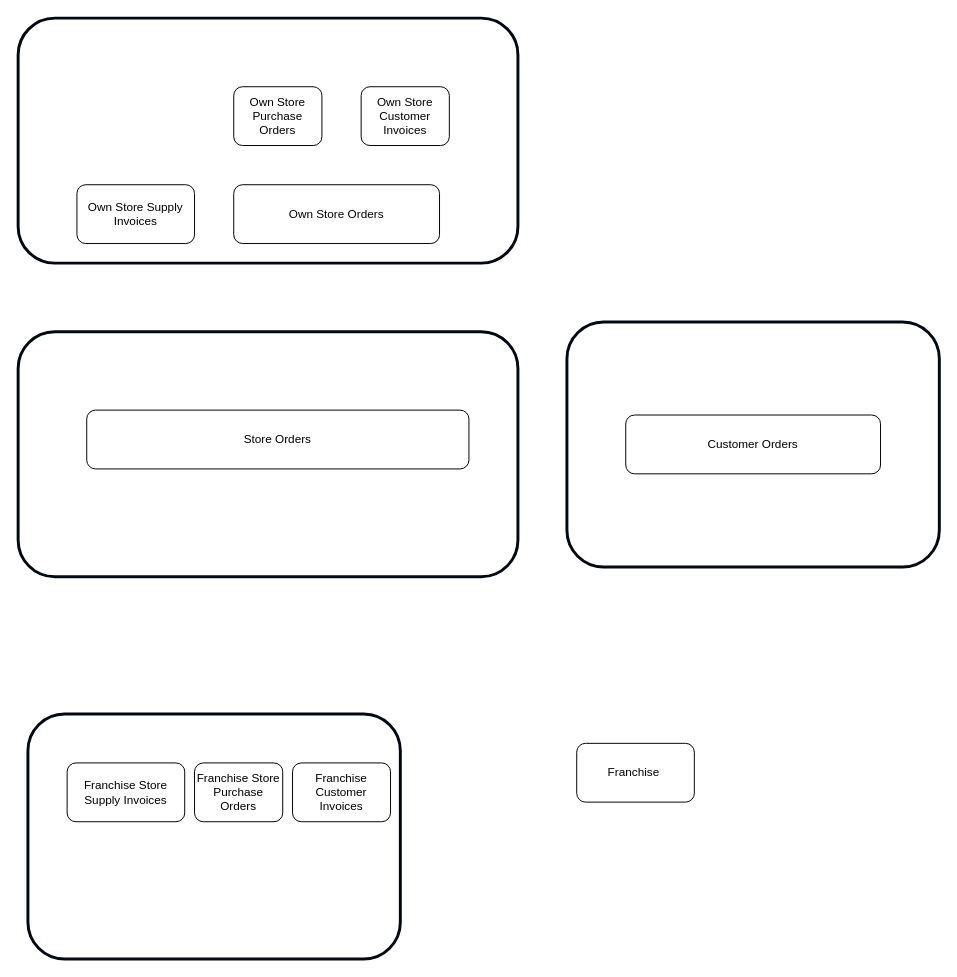
Earlier version of the draw.io diagram page "Third Party Supply" (2 of 4) of Franchise.drawio (mrf742002/Diagrams). Source tidied: cells renumbered, new cells numbered last; positions are measured from the earlier drawing's top-left corner, leaving out a move shared by most shapes. Both pictures are drawn from the tidied source at 98%, with x=0, y=0 at pixel (18, 18).
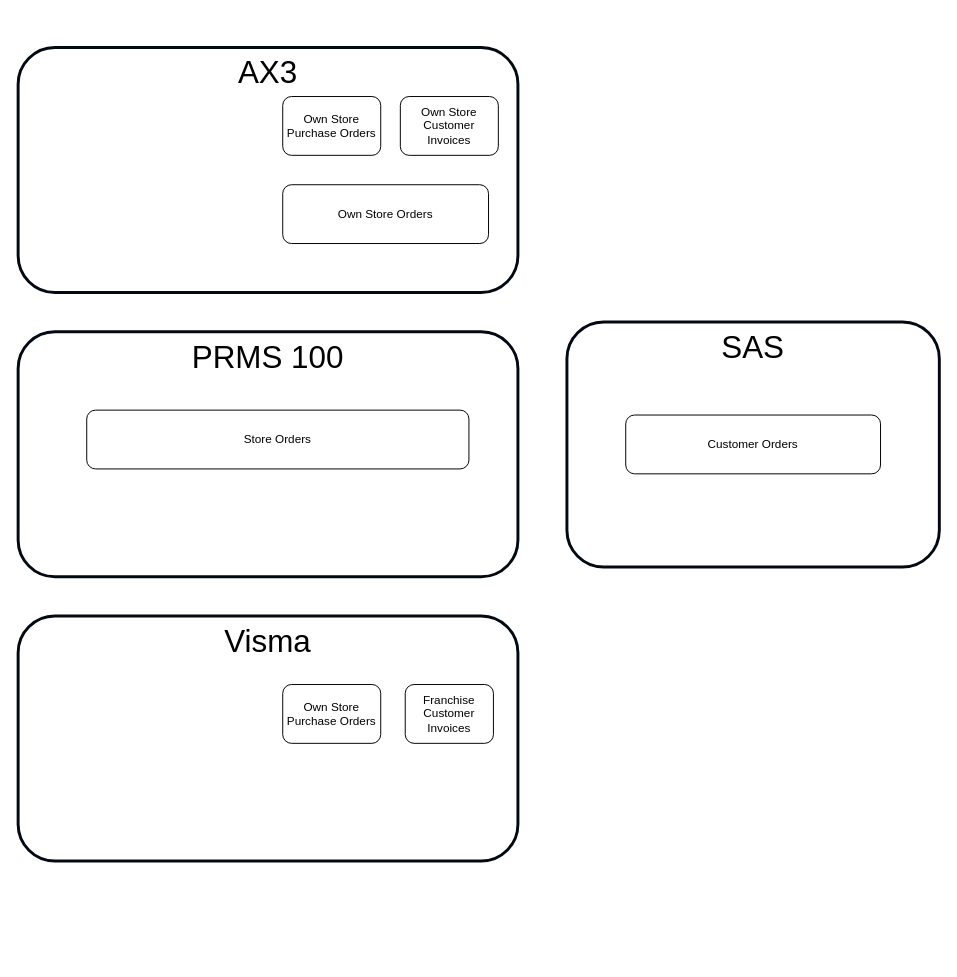
The same page after the edit.

What changed in the source:
```diff
@@
 <mxGraphModel>
   <root>
-    <mxCell id="0" />
-    <mxCell id="1" parent="0" />
-    <mxCell id="2" style="rounded=1;whiteSpace=wrap;html=1;verticalAlign=top;strokeWidth=3;strokeColor=#020912;" parent="1" vertex="1">
-      <mxGeometry width="510" height="250" as="geometry" />
-    </mxCell>
-    <mxCell id="3" style="rounded=1;whiteSpace=wrap;html=1;verticalAlign=top;strokeWidth=3;strokeColor=#020912;" parent="1" vertex="1">
-      <mxGeometry y="320" width="510" height="250" as="geometry" />
-    </mxCell>
-    <mxCell id="4" style="rounded=1;whiteSpace=wrap;html=1;verticalAlign=top;strokeWidth=3;strokeColor=#020912;" parent="1" vertex="1">
-      <mxGeometry x="560" y="310" width="380" height="250" as="geometry" />
-    </mxCell>
-    <mxCell id="5" style="rounded=1;whiteSpace=wrap;html=1;verticalAlign=top;strokeWidth=3;strokeColor=#020912;" parent="1" vertex="1">
-      <mxGeometry x="10" y="710" width="380" height="250" as="geometry" />
-    </mxCell>
-    <mxCell id="6" value="Own Store Supply Invoices" style="rounded=1;whiteSpace=wrap;html=1;" parent="1" vertex="1">
-      <mxGeometry x="60" y="170" width="120" height="60" as="geometry" />
-    </mxCell>
-    <mxCell id="7" value="Franchise Store Supply Invoices" style="rounded=1;whiteSpace=wrap;html=1;" parent="1" vertex="1">
-      <mxGeometry x="50" y="760" width="120" height="60" as="geometry" />
-    </mxCell>
+    <mxCell id="16" />
+    <mxCell id="17" parent="16" />
+    <mxCell id="18" value="Visma" style="rounded=1;whiteSpace=wrap;html=1;verticalAlign=top;strokeWidth=3;strokeColor=#020912;fontSize=32;" parent="17" vertex="1">
+      <mxGeometry y="610" width="510" height="250" as="geometry" />
+    </mxCell>
+    <mxCell id="19" value="AX3" style="rounded=1;whiteSpace=wrap;html=1;verticalAlign=top;strokeWidth=3;strokeColor=#020912;fontSize=32;" parent="17" vertex="1">
+      <mxGeometry y="30" width="510" height="250" as="geometry" />
+    </mxCell>
+    <mxCell id="20" value="&lt;font style=&quot;font-size: 32px&quot;&gt;PRMS 100&lt;/font&gt;" style="rounded=1;whiteSpace=wrap;html=1;verticalAlign=top;strokeWidth=3;strokeColor=#020912;" parent="17" vertex="1">
+      <mxGeometry y="320" width="510" height="250" as="geometry" />
+    </mxCell>
+    <mxCell id="21" value="SAS" style="rounded=1;whiteSpace=wrap;html=1;verticalAlign=top;strokeWidth=3;strokeColor=#020912;fontSize=32;" parent="17" vertex="1">
+      <mxGeometry x="560" y="310" width="380" height="250" as="geometry" />
+    </mxCell>
-    <mxCell id="8" value="Store Orders" style="rounded=1;whiteSpace=wrap;html=1;" parent="1" vertex="1">
+    <mxCell id="8" value="Store Orders" style="rounded=1;whiteSpace=wrap;html=1;" parent="17" vertex="1">
       <mxGeometry x="70" y="400" width="390" height="60" as="geometry" />
     </mxCell>
-    <mxCell id="9" value="Customer Orders" style="rounded=1;whiteSpace=wrap;html=1;" parent="1" vertex="1">
+    <mxCell id="9" value="Customer Orders" style="rounded=1;whiteSpace=wrap;html=1;" parent="17" vertex="1">
       <mxGeometry x="620" y="405" width="260" height="60" as="geometry" />
     </mxCell>
-    <mxCell id="10" value="Own Store Orders" style="rounded=1;whiteSpace=wrap;html=1;" parent="1" vertex="1">
-      <mxGeometry x="220" y="170" width="210" height="60" as="geometry" />
+    <mxCell id="10" value="Own Store Orders" style="rounded=1;whiteSpace=wrap;html=1;" parent="17" vertex="1">
+      <mxGeometry x="270" y="170" width="210" height="60" as="geometry" />
     </mxCell>
-    <mxCell id="11" value="Own Store Customer&lt;br&gt;Invoices" style="rounded=1;whiteSpace=wrap;html=1;" parent="1" vertex="1">
-      <mxGeometry x="350" y="70" width="90" height="60" as="geometry" />
+    <mxCell id="11" value="Own Store Customer&lt;br&gt;Invoices" style="rounded=1;whiteSpace=wrap;html=1;" parent="17" vertex="1">
+      <mxGeometry x="390" y="80" width="100" height="60" as="geometry" />
     </mxCell>
-    <mxCell id="12" value="Franchise Customer Invoices" style="rounded=1;whiteSpace=wrap;html=1;" parent="1" vertex="1">
-      <mxGeometry x="280" y="760" width="100" height="60" as="geometry" />
+    <mxCell id="12" value="Franchise Customer Invoices" style="rounded=1;whiteSpace=wrap;html=1;" parent="17" vertex="1">
+      <mxGeometry x="395" y="680" width="90" height="60" as="geometry" />
     </mxCell>
-    <mxCell id="13" value="Franchise&amp;nbsp;" style="rounded=1;whiteSpace=wrap;html=1;" parent="1" vertex="1">
-      <mxGeometry x="570" y="740" width="120" height="60" as="geometry" />
-    </mxCell>
-    <mxCell id="14" value="Own Store Purchase Orders" style="rounded=1;whiteSpace=wrap;html=1;" parent="1" vertex="1">
-      <mxGeometry x="220" y="70" width="90" height="60" as="geometry" />
-    </mxCell>
-    <mxCell id="15" value="Franchise Store Purchase Orders" style="rounded=1;whiteSpace=wrap;html=1;" parent="1" vertex="1">
-      <mxGeometry x="180" y="760" width="90" height="60" as="geometry" />
-    </mxCell>
+    <mxCell id="22" value="Own Store Purchase Orders" style="rounded=1;whiteSpace=wrap;html=1;" parent="17" vertex="1">
+      <mxGeometry x="270" y="80" width="100" height="60" as="geometry" />
+    </mxCell>
+    <mxCell id="23" value="Own Store Purchase Orders" style="rounded=1;whiteSpace=wrap;html=1;" parent="17" vertex="1">
+      <mxGeometry x="270" y="680" width="100" height="60" as="geometry" />
+    </mxCell>
   </root>
 </mxGraphModel>
```
